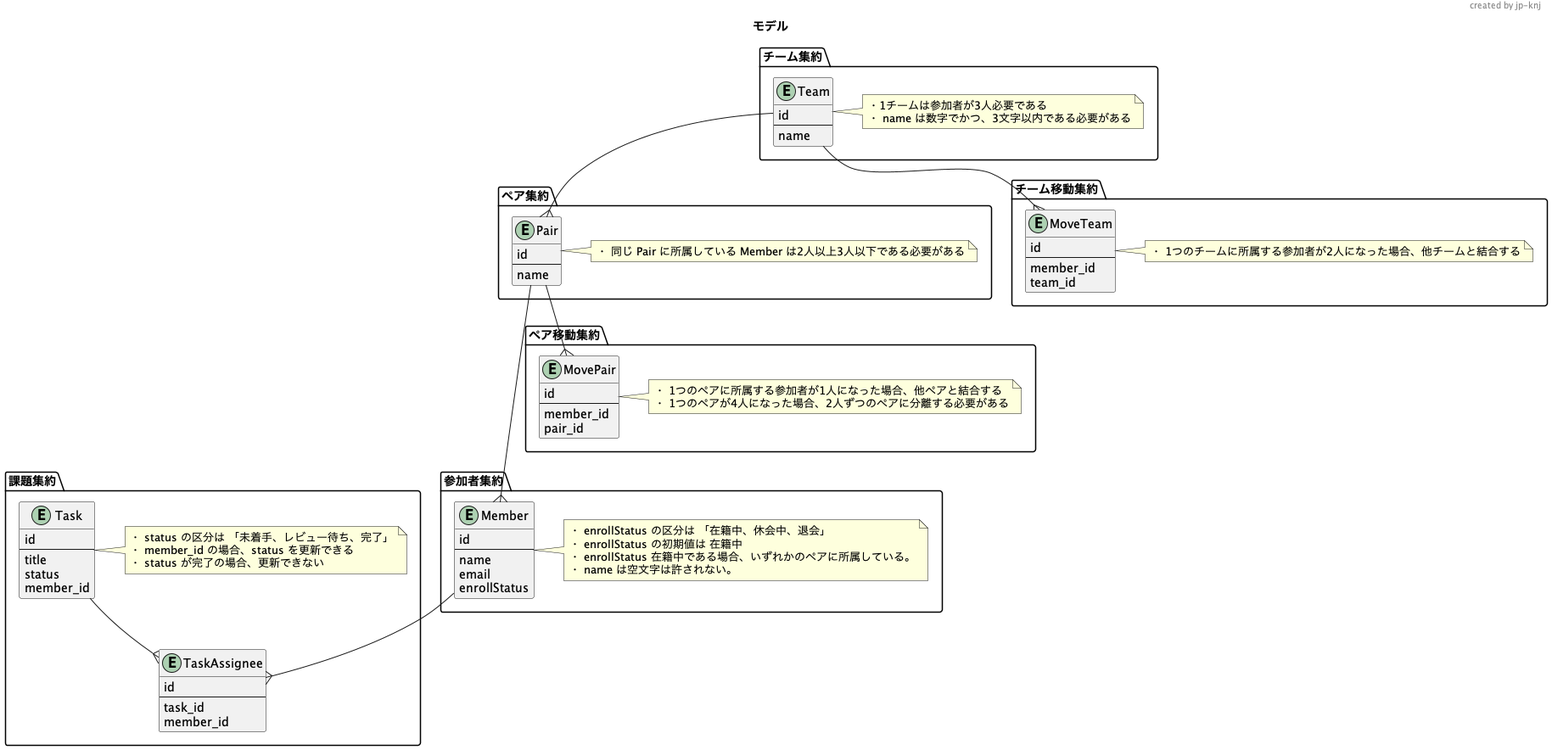
Earlier version of the PlantUML export docs/model.png (knj-labo/learn_ddd).
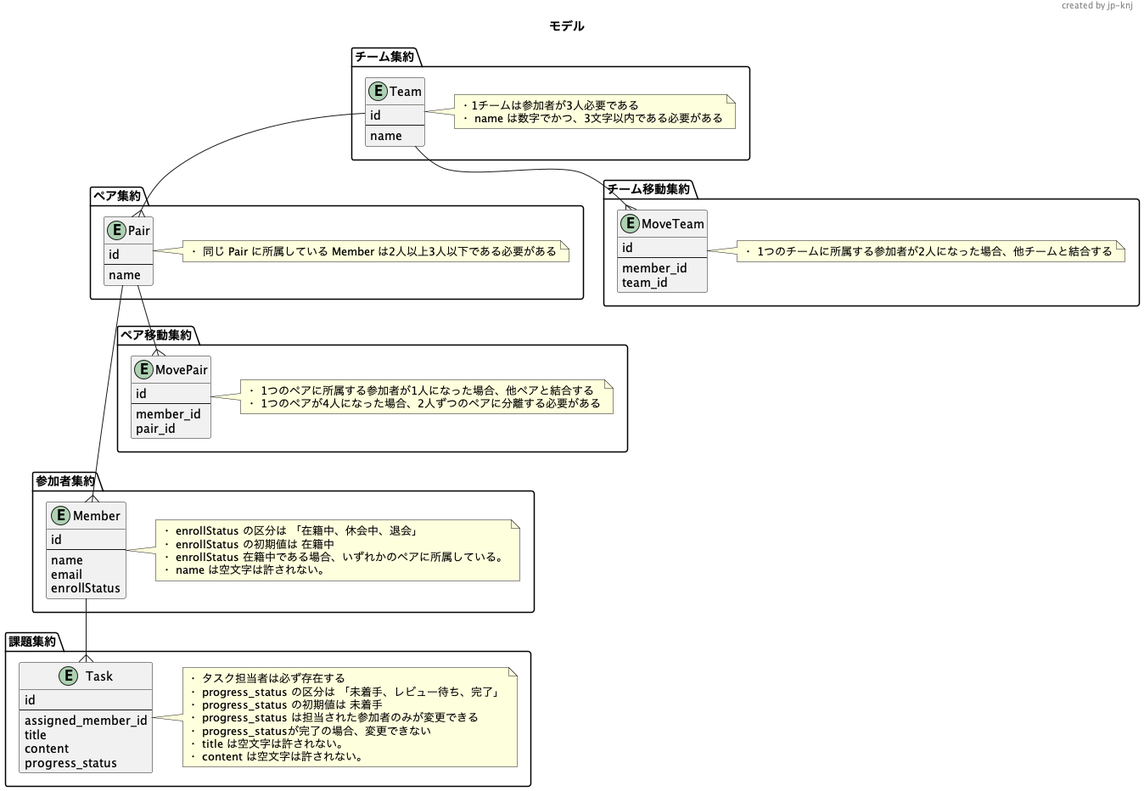
The same diagram one commit later.

Commit message:
:art: modified modeling diagram

Change to the diagram source:
```diff
@@ -73,22 +73,20 @@
   entity Task {
     id
     ---
+    assigned_member_id
     title
-    status
-    member_id
+    content
+    progress_status
   }
 
-  entity TaskAssignee {
-      id
-      ---
-      task_id
-      member_id
-    }
-
   note right of Task
-  ・ status の区分は 「未着手、レビュー待ち、完了」
-  ・ member_id の場合、status を更新できる
-  ・ status が完了の場合、更新できない
+  ・ タスク担当者は必ず存在する
+  ・ progress_status の区分は 「未着手、レビュー待ち、完了」
+  ・ progress_status の初期値は 未着手
+  ・ progress_status は担当された参加者のみが変更できる
+  ・ progress_statusが完了の場合、変更できない
+  ・ title は空文字は許されない。
+  ・ content は空文字は許されない。
   end note
 }
 
@@ -96,6 +94,5 @@
 Team --{ Pair
 Pair --{ MovePair
 Team --{ MoveTeam
-Member --{ TaskAssignee
-Task --{ TaskAssignee
+Member --{ Task
 @enduml
```
